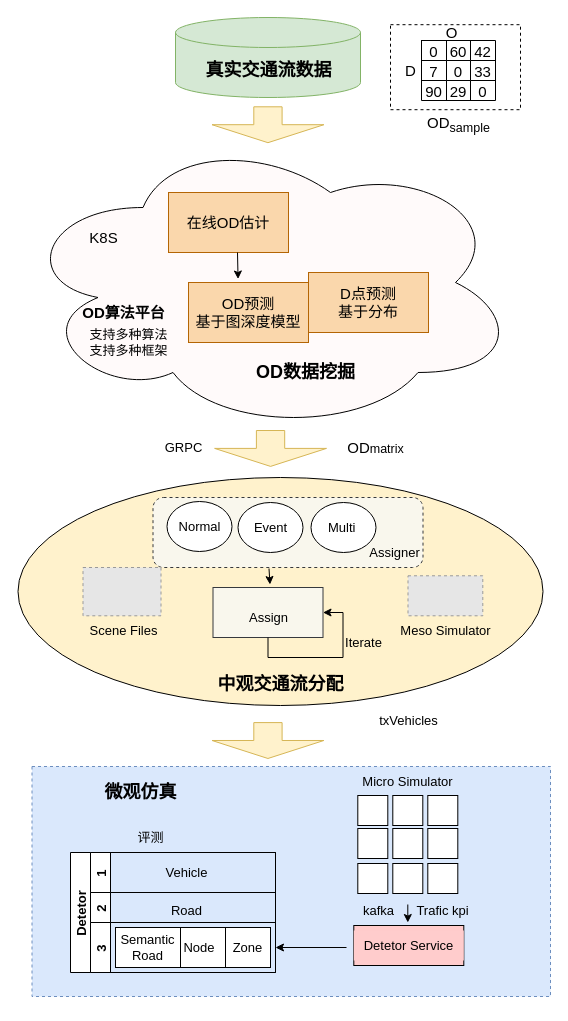
Launche/traffic-simulation keeps this draw.io diagram as src/中微观一体化流程图Temp.drawio. Above is the earlier version. Source tidied: cells renumbered, new cells numbered last; positions are measured from the earlier drawing's top-left corner, leaving out a move shared by most shapes. Both pictures are drawn from the tidied source at 100%, with x=0, y=0 at pixel (18, 17). Pictures stored in the file or linked from it are replaced by grey dashed boxes.
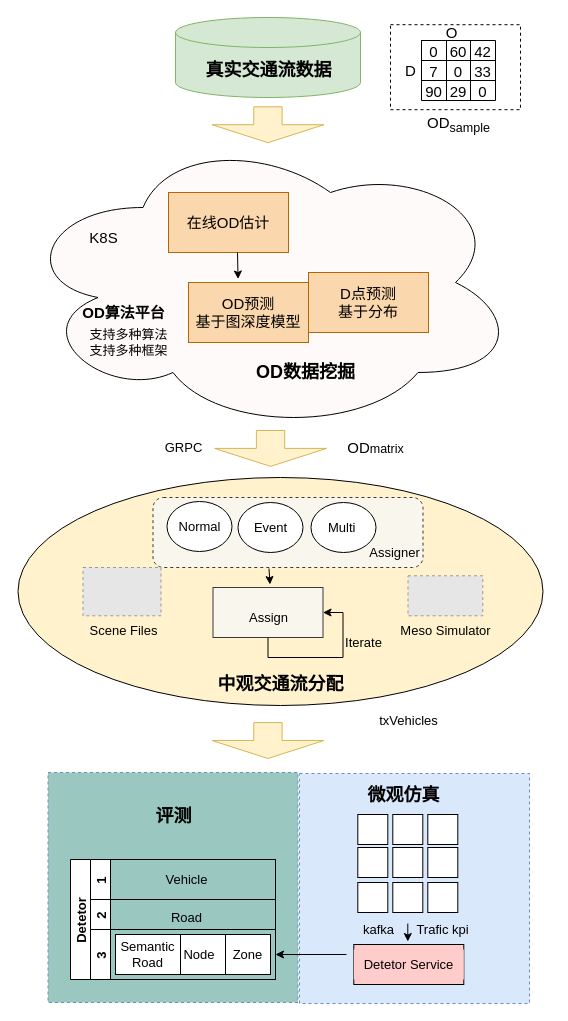
Above is the later version.

Commit message (it also covers changes not shown here):
更新中微观一体化流程图Temp.drawio

Unchanged cells that the change refers to:
```xml
<mxCell id="71" value="3" style="swimlane;startSize=20;horizontal=0;fontSize=13;strokeColor=default;fillColor=#FFFFFF;" parent="66" vertex="1">
  <mxGeometry x="20" y="70" width="185" height="50" as="geometry" />
</mxCell>
```

What changed in the source:
```diff
@@
+    <mxCell id="83" style="whiteSpace=wrap;html=1;fontSize=13;strokeColor=#6c8ebf;fillColor=#9AC7BF;dashed=1;" parent="1" vertex="1">
+      <mxGeometry x="29.5" y="755" width="250" height="230" as="geometry" />
+    </mxCell>
@@
     <mxCell id="50" style="whiteSpace=wrap;html=1;fontSize=13;strokeColor=#6c8ebf;fillColor=#dae8fc;dashed=1;" parent="1" vertex="1">
-      <mxGeometry x="13.5" y="749" width="518.5" height="230" as="geometry" />
+      <mxGeometry x="281" y="756" width="230" height="230" as="geometry" />
     </mxCell>
     <mxCell id="51" style="rounded=0;whiteSpace=wrap;html=1;fontSize=13;strokeColor=default;fillColor=#FFFFFF;" parent="1" vertex="1">
-      <mxGeometry x="339.3" y="778" width="30" height="30" as="geometry" />
+      <mxGeometry x="339.3" y="797" width="30" height="30" as="geometry" />
     </mxCell>
     <mxCell id="52" style="rounded=0;whiteSpace=wrap;html=1;fontSize=13;strokeColor=default;fillColor=#FFFFFF;" parent="1" vertex="1">
-      <mxGeometry x="374.3" y="778" width="30" height="30" as="geometry" />
+      <mxGeometry x="374.3" y="797" width="30" height="30" as="geometry" />
     </mxCell>
     <mxCell id="53" style="rounded=0;whiteSpace=wrap;html=1;fontSize=13;strokeColor=default;fillColor=#FFFFFF;" parent="1" vertex="1">
-      <mxGeometry x="339.3" y="811" width="30" height="30" as="geometry" />
+      <mxGeometry x="339.3" y="830" width="30" height="30" as="geometry" />
     </mxCell>
     <mxCell id="54" style="rounded=0;whiteSpace=wrap;html=1;fontSize=13;strokeColor=default;fillColor=#FFFFFF;" parent="1" vertex="1">
-      <mxGeometry x="374.3" y="811" width="30" height="30" as="geometry" />
+      <mxGeometry x="374.3" y="830" width="30" height="30" as="geometry" />
     </mxCell>
     <mxCell id="55" style="rounded=0;whiteSpace=wrap;html=1;fontSize=13;strokeColor=default;fillColor=#FFFFFF;" parent="1" vertex="1">
-      <mxGeometry x="409.3" y="778" width="30" height="30" as="geometry" />
+      <mxGeometry x="409.3" y="797" width="30" height="30" as="geometry" />
     </mxCell>
     <mxCell id="56" style="rounded=0;whiteSpace=wrap;html=1;fontSize=13;strokeColor=default;fillColor=#FFFFFF;" parent="1" vertex="1">
-      <mxGeometry x="409.3" y="811" width="30" height="30" as="geometry" />
+      <mxGeometry x="409.3" y="830" width="30" height="30" as="geometry" />
     </mxCell>
     <mxCell id="57" style="rounded=0;whiteSpace=wrap;html=1;fontSize=13;strokeColor=default;fillColor=#FFFFFF;" parent="1" vertex="1">
-      <mxGeometry x="409.3" y="846" width="30" height="30" as="geometry" />
+      <mxGeometry x="409.3" y="865" width="30" height="30" as="geometry" />
     </mxCell>
     <mxCell id="58" style="rounded=0;whiteSpace=wrap;html=1;fontSize=13;strokeColor=default;fillColor=#FFFFFF;" parent="1" vertex="1">
-      <mxGeometry x="374.3" y="846" width="30" height="30" as="geometry" />
+      <mxGeometry x="374.3" y="865" width="30" height="30" as="geometry" />
     </mxCell>
     <mxCell id="59" style="rounded=0;whiteSpace=wrap;html=1;fontSize=13;strokeColor=default;fillColor=#FFFFFF;" parent="1" vertex="1">
-      <mxGeometry x="339.3" y="846" width="30" height="30" as="geometry" />
+      <mxGeometry x="339.3" y="865" width="30" height="30" as="geometry" />
     </mxCell>
     <mxCell id="60" style="endArrow=classic;html=1;rounded=0;fontSize=13;" parent="1" edge="1">
       <mxGeometry relative="1" as="geometry">
-        <mxPoint x="389.3" y="887" as="sourcePoint" />
-        <mxPoint x="389.3" y="905" as="targetPoint" />
+        <mxPoint x="389.3" y="906" as="sourcePoint" />
+        <mxPoint x="389.3" y="924" as="targetPoint" />
       </mxGeometry>
     </mxCell>
     <mxCell id="61" value="kafka" style="text;html=1;align=center;verticalAlign=middle;strokeColor=none;fillColor=none;fontSize=13;" parent="1" vertex="1">
-      <mxGeometry x="335.3" y="878" width="50" height="30" as="geometry" />
+      <mxGeometry x="335.3" y="897" width="50" height="30" as="geometry" />
     </mxCell>
     <mxCell id="62" value="Trafic kpi" style="text;html=1;align=center;verticalAlign=middle;strokeColor=none;fillColor=none;fontSize=13;" parent="1" vertex="1">
-      <mxGeometry x="384.3" y="878" width="80" height="30" as="geometry" />
+      <mxGeometry x="384.3" y="897" width="80" height="30" as="geometry" />
     </mxCell>
     <mxCell id="63" style="rounded=0;whiteSpace=wrap;html=1;fontSize=13;strokeColor=default;fillColor=#FFCCCC;" parent="1" vertex="1">
-      <mxGeometry x="335.3" y="908" width="110" height="40" as="geometry" />
+      <mxGeometry x="335.3" y="927" width="110" height="40" as="geometry" />
     </mxCell>
     <mxCell id="64" value="Detetor Service" style="text;html=1;align=center;verticalAlign=middle;strokeColor=none;fillColor=#FFCCCC;fontSize=13;" parent="1" vertex="1">
-      <mxGeometry x="335.3" y="913" width="110" height="30" as="geometry" />
+      <mxGeometry x="335.3" y="932" width="110" height="30" as="geometry" />
     </mxCell>
@@
     <mxCell id="66" value="Detetor" style="swimlane;horizontal=0;startSize=20;fontSize=13;strokeColor=default;fillColor=#FFFFFF;" parent="1" vertex="1">
-      <mxGeometry x="52" y="835" width="205" height="120" as="geometry" />
+      <mxGeometry x="52" y="842" width="205" height="120" as="geometry" />
     </mxCell>
@@
     <mxCell id="75" style="endArrow=classic;html=1;rounded=0;fontSize=13;entryX=1;entryY=0.5;entryDx=0;entryDy=0;" parent="1" edge="1" target="71">
       <mxGeometry relative="1" as="geometry">
-        <mxPoint x="328" y="930" as="sourcePoint" />
+        <mxPoint x="328" y="937" as="sourcePoint" />
       </mxGeometry>
     </mxCell>
@@
     <mxCell id="80" value="&lt;b&gt;&lt;font style=&quot;font-size: 18px;&quot;&gt;微观仿真&lt;/font&gt;&lt;/b&gt;" style="text;html=1;align=center;verticalAlign=middle;strokeColor=none;fillColor=none;fontSize=13;" parent="1" vertex="1">
-      <mxGeometry x="72" y="755" width="100" height="40" as="geometry" />
+      <mxGeometry x="335.3" y="758" width="100" height="40" as="geometry" />
     </mxCell>
-    <mxCell id="81" value="Micro Simulator" style="text;html=1;align=center;verticalAlign=middle;strokeColor=none;fillColor=none;fontSize=13;" parent="1" vertex="1">
-      <mxGeometry x="334.3" y="749" width="110" height="30" as="geometry" />
-    </mxCell>
-    <mxCell id="82" value="评测" style="text;html=1;align=center;verticalAlign=middle;strokeColor=none;fillColor=none;fontSize=13;" parent="1" vertex="1">
-      <mxGeometry x="107" y="805" width="50" height="30" as="geometry" />
+    <mxCell id="82" value="&lt;b&gt;&lt;font style=&quot;font-size: 18px;&quot;&gt;评测&lt;/font&gt;&lt;/b&gt;" style="text;html=1;align=center;verticalAlign=middle;strokeColor=none;fillColor=none;fontSize=13;" parent="1" vertex="1">
+      <mxGeometry x="124.5" y="779" width="60" height="40" as="geometry" />
     </mxCell>
```
